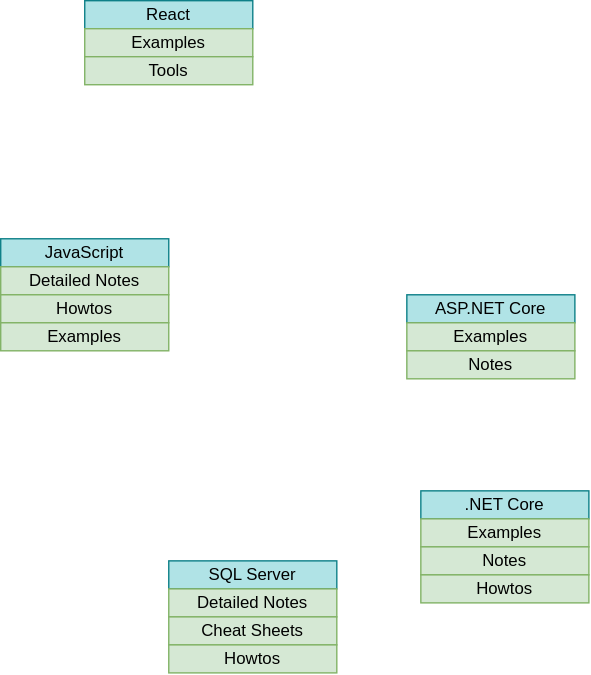
This is Diagram.svg from kennyrnwilson/kennyrnwilson.github.io, a draw.io export, as it was before one commit. Source tidied: cells renumbered, new cells last; positions are measured from the earlier drawing's top-left corner, leaving out a move shared by most shapes.
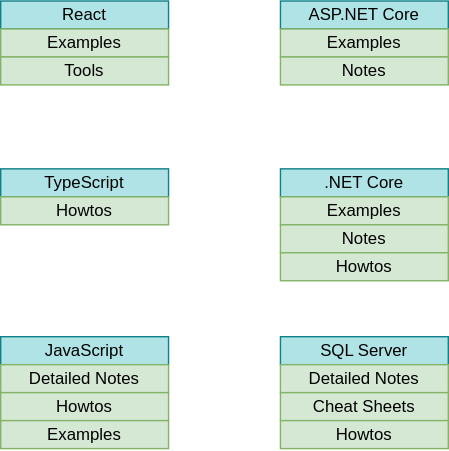
The same diagram one commit later.

Commit message:
formatted diagram

Diff of the diagram source:
```diff
@@ -3,58 +3,64 @@
     <mxCell id="0" />
     <mxCell id="1" parent="0" />
     <mxCell id="2" value="&lt;a href=&quot;https://bitbucket.org/kennyrnwilson/sqlserverbasics/src/master/README.md&quot;&gt;SQL Server&lt;/a&gt;" style="rounded=0;whiteSpace=wrap;html=1;fillColor=#b0e3e6;strokeColor=#0e8088;" parent="1" vertex="1">
-      <mxGeometry x="120" y="400" width="120" height="20" as="geometry" />
+      <mxGeometry x="290" y="230" width="120" height="20" as="geometry" />
     </mxCell>
     <mxCell id="3" value="&lt;a href=&quot;https://bitbucket.org/kennyrnwilson/sqlserverbasics/src/master/docs/notes/notes.md&quot;&gt;Detailed Notes&lt;/a&gt;" style="rounded=0;whiteSpace=wrap;html=1;fillColor=#d5e8d4;strokeColor=#82b366;" parent="1" vertex="1">
-      <mxGeometry x="120" y="420" width="120" height="20" as="geometry" />
+      <mxGeometry x="290" y="250" width="120" height="20" as="geometry" />
     </mxCell>
     <mxCell id="4" value="&lt;a href=&quot;https://bitbucket.org/kennyrnwilson/sqlserverbasics/src/docs/cheatsheets/cheatsheets.md&quot;&gt;Cheat Sheets&lt;/a&gt;" style="rounded=0;whiteSpace=wrap;html=1;fillColor=#d5e8d4;strokeColor=#82b366;" parent="1" vertex="1">
-      <mxGeometry x="120" y="440" width="120" height="20" as="geometry" />
+      <mxGeometry x="290" y="270" width="120" height="20" as="geometry" />
     </mxCell>
     <mxCell id="5" value="&lt;a href=&quot;https://bitbucket.org/kennyrnwilson/sqlserverbasics/src/master/howtos/howtos.md&quot;&gt;Howtos&lt;/a&gt;" style="rounded=0;whiteSpace=wrap;html=1;fillColor=#d5e8d4;strokeColor=#82b366;" parent="1" vertex="1">
-      <mxGeometry x="120" y="460" width="120" height="20" as="geometry" />
+      <mxGeometry x="290" y="290" width="120" height="20" as="geometry" />
     </mxCell>
     <mxCell id="6" value="&lt;a href=&quot;https://github.com/kennyrnwilson/aspdotnetcore&quot;&gt;ASP.NET Core&lt;/a&gt;" style="rounded=0;whiteSpace=wrap;html=1;fillColor=#b0e3e6;strokeColor=#0e8088;" parent="1" vertex="1">
-      <mxGeometry x="290" y="210" width="120" height="20" as="geometry" />
+      <mxGeometry x="290" y="-10" width="120" height="20" as="geometry" />
     </mxCell>
     <mxCell id="7" value="&lt;a href=&quot;https://github.com/kennyrnwilson/aspdotnetcore/blob/main/docs/examples/README.MD&quot;&gt;Examples&lt;/a&gt;" style="rounded=0;whiteSpace=wrap;html=1;fillColor=#d5e8d4;strokeColor=#82b366;" parent="1" vertex="1">
-      <mxGeometry x="290" y="230" width="120" height="20" as="geometry" />
+      <mxGeometry x="290" y="10" width="120" height="20" as="geometry" />
     </mxCell>
     <mxCell id="8" value="&lt;a href=&quot;https://github.com/kennyrnwilson/react&quot;&gt;React&lt;/a&gt;" style="rounded=0;whiteSpace=wrap;html=1;fillColor=#b0e3e6;strokeColor=#0e8088;" parent="1" vertex="1">
-      <mxGeometry x="60" width="120" height="20" as="geometry" />
+      <mxGeometry x="90" y="-10" width="120" height="20" as="geometry" />
     </mxCell>
     <mxCell id="9" value="&lt;a href=&quot;https://github.com/kennyrnwilson/javascript&quot;&gt;JavaScript&lt;/a&gt;" style="rounded=0;whiteSpace=wrap;html=1;fillColor=#b0e3e6;strokeColor=#0e8088;" parent="1" vertex="1">
-      <mxGeometry y="170" width="120" height="20" as="geometry" />
+      <mxGeometry x="90" y="230" width="120" height="20" as="geometry" />
     </mxCell>
     <mxCell id="10" value="&lt;a href=&quot;https://github.com/kennyrnwilson/javascript/blob/master/docs/notes/README.MD&quot;&gt;Detailed Notes&lt;/a&gt;" style="rounded=0;whiteSpace=wrap;html=1;fillColor=#d5e8d4;strokeColor=#82b366;" parent="1" vertex="1">
-      <mxGeometry y="190" width="120" height="20" as="geometry" />
+      <mxGeometry x="90" y="250" width="120" height="20" as="geometry" />
     </mxCell>
     <mxCell id="11" value="&lt;a href=&quot;https://github.com/kennyrnwilson/javascript/blob/master/docs/howtos/README.MD&quot;&gt;Howtos&lt;/a&gt;" style="rounded=0;whiteSpace=wrap;html=1;fillColor=#d5e8d4;strokeColor=#82b366;" parent="1" vertex="1">
-      <mxGeometry y="210" width="120" height="20" as="geometry" />
+      <mxGeometry x="90" y="270" width="120" height="20" as="geometry" />
     </mxCell>
     <mxCell id="12" value="&lt;a href=&quot;https://github.com/kennyrnwilson/javascript/blob/master/docs/examples/README.MD&quot;&gt;Examples&lt;/a&gt;" style="rounded=0;whiteSpace=wrap;html=1;fillColor=#d5e8d4;strokeColor=#82b366;" parent="1" vertex="1">
-      <mxGeometry y="230" width="120" height="20" as="geometry" />
+      <mxGeometry x="90" y="290" width="120" height="20" as="geometry" />
     </mxCell>
     <mxCell id="13" value="&lt;a href=&quot;https://github.com/kennyrnwilson/react/blob/main/docs/examples/README.MD&quot;&gt;Examples&lt;/a&gt;" style="rounded=0;whiteSpace=wrap;html=1;fillColor=#d5e8d4;strokeColor=#82b366;" parent="1" vertex="1">
-      <mxGeometry x="60" y="20" width="120" height="20" as="geometry" />
+      <mxGeometry x="90" y="10" width="120" height="20" as="geometry" />
     </mxCell>
     <mxCell id="14" value="&lt;a href=&quot;https://github.com/kennyrnwilson/react/blob/main/docs/tools/README.MD&quot;&gt;Tools&lt;/a&gt;" style="rounded=0;whiteSpace=wrap;html=1;fillColor=#d5e8d4;strokeColor=#82b366;" parent="1" vertex="1">
-      <mxGeometry x="60" y="40" width="120" height="20" as="geometry" />
+      <mxGeometry x="90" y="30" width="120" height="20" as="geometry" />
     </mxCell>
     <mxCell id="15" value="&lt;a href=&quot;https://github.com/kennyrnwilson/aspdotnetcore/blob/main/docs/notes/README.MD&quot;&gt;Notes&lt;/a&gt;" style="rounded=0;whiteSpace=wrap;html=1;fillColor=#d5e8d4;strokeColor=#82b366;" parent="1" vertex="1">
-      <mxGeometry x="290" y="250" width="120" height="20" as="geometry" />
+      <mxGeometry x="290" y="30" width="120" height="20" as="geometry" />
     </mxCell>
     <mxCell id="16" value="&lt;a href=&quot;https://github.com/kennyrnwilson/dotnetcore&quot;&gt;.NET Core&lt;/a&gt;" style="rounded=0;whiteSpace=wrap;html=1;fillColor=#b0e3e6;strokeColor=#0e8088;" parent="1" vertex="1">
-      <mxGeometry x="300" y="350" width="120" height="20" as="geometry" />
+      <mxGeometry x="290" y="110" width="120" height="20" as="geometry" />
     </mxCell>
     <mxCell id="17" value="&lt;a href=&quot;https://github.com/kennyrnwilson/dotnetcore/blob/master/docs/examples/README.MD&quot;&gt;Examples&lt;/a&gt;" style="rounded=0;whiteSpace=wrap;html=1;fillColor=#d5e8d4;strokeColor=#82b366;" parent="1" vertex="1">
-      <mxGeometry x="300" y="370" width="120" height="20" as="geometry" />
+      <mxGeometry x="290" y="130" width="120" height="20" as="geometry" />
     </mxCell>
     <mxCell id="18" value="&lt;a href=&quot;https://github.com/kennyrnwilson/dotnetcore/blob/master/docs/notes/README.MD&quot;&gt;Notes&lt;/a&gt;" style="rounded=0;whiteSpace=wrap;html=1;fillColor=#d5e8d4;strokeColor=#82b366;" parent="1" vertex="1">
-      <mxGeometry x="300" y="390" width="120" height="20" as="geometry" />
+      <mxGeometry x="290" y="150" width="120" height="20" as="geometry" />
     </mxCell>
     <mxCell id="19" value="&lt;a href=&quot;https://github.com/kennyrnwilson/dotnetcore/blob/master/docs/howtos/README.MD&quot;&gt;Howtos&lt;/a&gt;" style="rounded=0;whiteSpace=wrap;html=1;fillColor=#d5e8d4;strokeColor=#82b366;" parent="1" vertex="1">
-      <mxGeometry x="300" y="410" width="120" height="20" as="geometry" />
+      <mxGeometry x="290" y="170" width="120" height="20" as="geometry" />
     </mxCell>
+    <mxCell id="20" value="&lt;a href=&quot;https://github.com/kennyrnwilson/typescript&quot;&gt;TypeScript&lt;/a&gt;" style="rounded=0;whiteSpace=wrap;html=1;fillColor=#b0e3e6;strokeColor=#0e8088;" parent="1" vertex="1">
+      <mxGeometry x="90" y="110" width="120" height="20" as="geometry" />
+    </mxCell>
+    <mxCell id="21" value="&lt;a href=&quot;https://github.com/kennyrnwilson/typescript/blob/master/docs/howtos/README.MD&quot;&gt;Howtos&lt;/a&gt;" style="rounded=0;whiteSpace=wrap;html=1;fillColor=#d5e8d4;strokeColor=#82b366;" parent="1" vertex="1">
+      <mxGeometry x="90" y="130" width="120" height="20" as="geometry" />
+    </mxCell>
   </root>
 </mxGraphModel>
```
